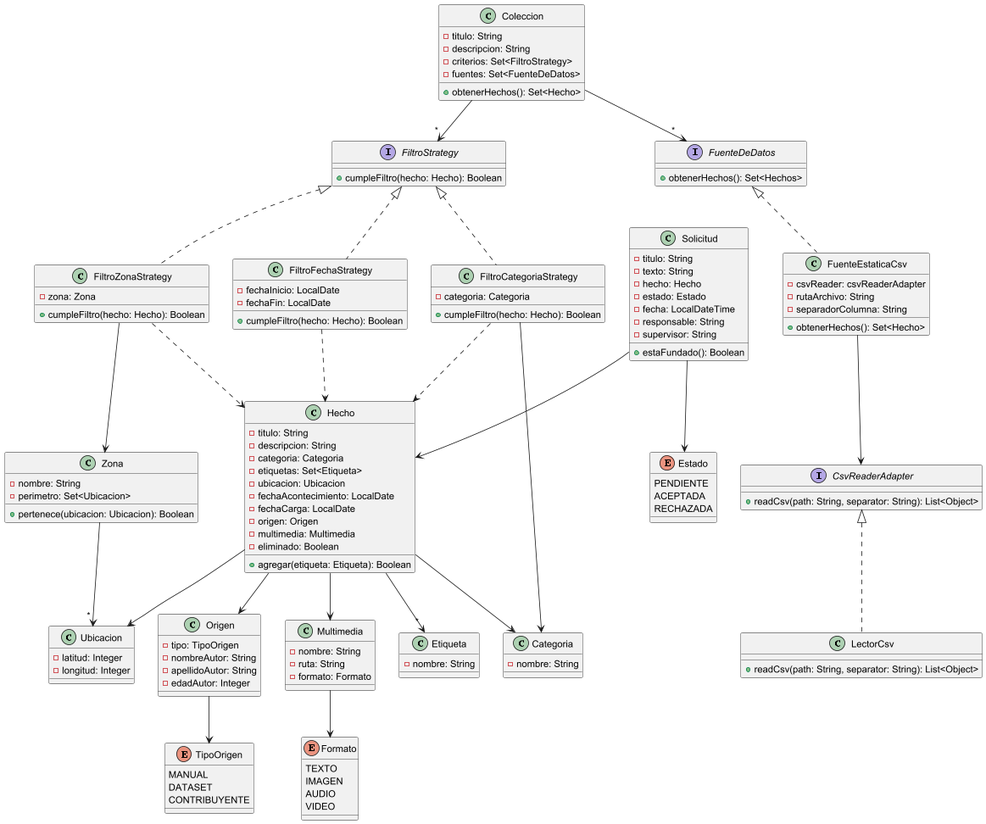
The PlantUML diagram docs/diagrama_de_clases.png in Leo-de-Riv3r/2025-tpa-ma-ma-grupo-02-deploy, before a commit.
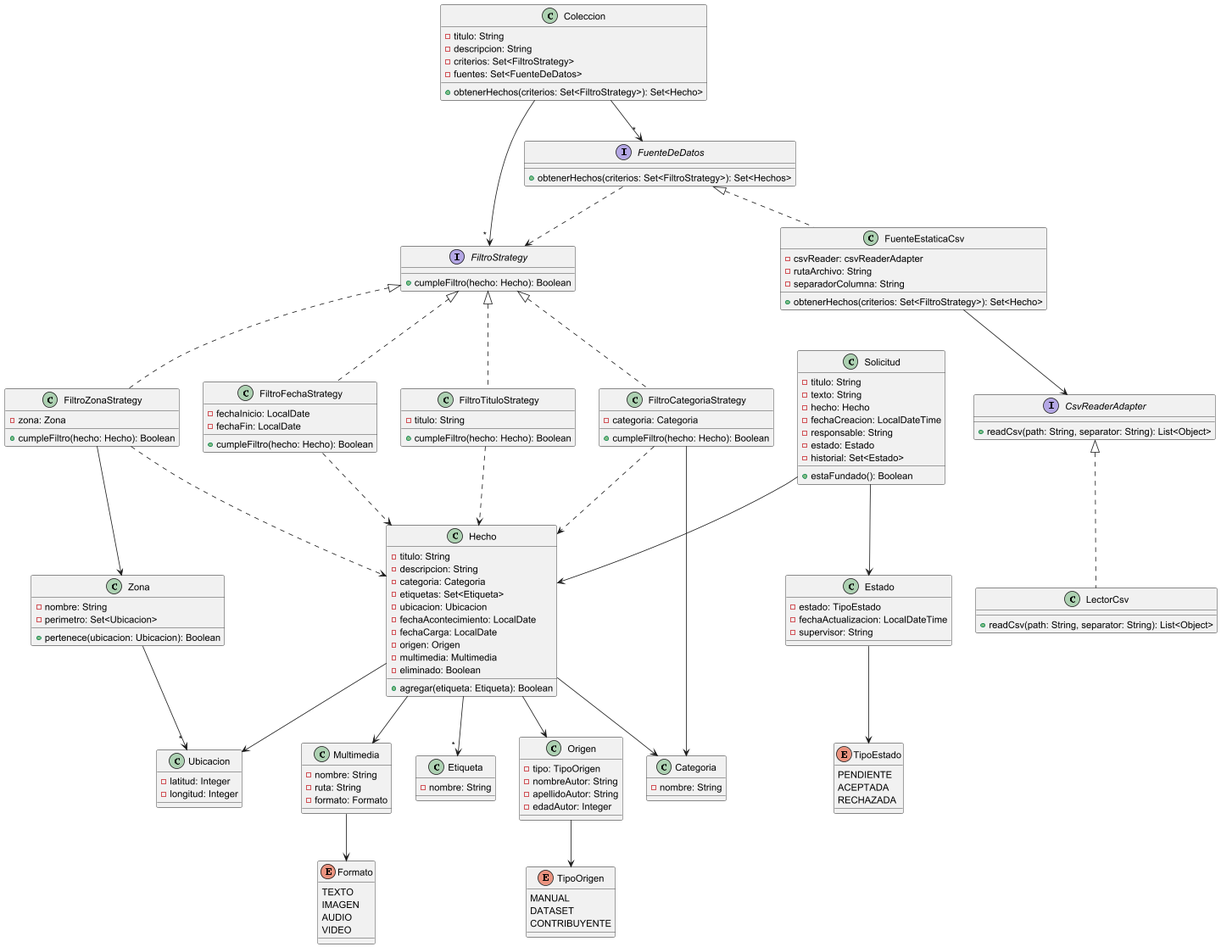
Later version of the same file.

Commit message:
actualizo imagen diagrama clases

The edit, as a diff of the source:
```diff
@@ -15,6 +15,7 @@
 FiltroZonaStrategy --> Zona
 FiltroCategoriaStrategy --> Categoria
 
+FiltroTituloStrategy ..> Hecho
 FiltroCategoriaStrategy ..> Hecho
 FiltroFechaStrategy ..> Hecho
 FiltroZonaStrategy ..> Hecho
@@ -22,8 +23,12 @@
 Coleccion --> " * " FiltroStrategy
 Coleccion --> " * " FuenteDeDatos
 
+Estado --> TipoEstado
+
 Solicitud --> Hecho
 Solicitud --> Estado
+
+FuenteDeDatos ..> FiltroStrategy
 
 FuenteEstaticaCsv --> CsvReaderAdapter
 
@@ -87,17 +92,22 @@
 }
 
 interface FuenteDeDatos {
-    + obtenerHechos(): Set<Hechos>
+    + obtenerHechos(criterios: Set<FiltroStrategy>): Set<Hechos>
 }
 
 class FuenteEstaticaCsv implements FuenteDeDatos {
     - csvReader: csvReaderAdapter
     - rutaArchivo: String
     - separadorColumna: String
-    + obtenerHechos(): Set<Hecho>
+    + obtenerHechos(criterios: Set<FiltroStrategy>): Set<Hecho>
 }
 
 interface FiltroStrategy {
+    + cumpleFiltro(hecho: Hecho): Boolean
+}
+
+class FiltroTituloStrategy implements FiltroStrategy {
+    - titulo: String
     + cumpleFiltro(hecho: Hecho): Boolean
 }
 
@@ -122,23 +132,29 @@
     - descripcion: String
     - criterios: Set<FiltroStrategy>
     - fuentes: Set<FuenteDeDatos>
-    + obtenerHechos(): Set<Hecho>
+    + obtenerHechos(criterios: Set<FiltroStrategy>): Set<Hecho>
 }
 
-enum Estado {
+enum TipoEstado {
     PENDIENTE
     ACEPTADA
     RECHAZADA
+}
+
+class Estado {
+   - estado: TipoEstado
+   - fechaActualizacion: LocalDateTime
+   - supervisor: String
 }
 
 class Solicitud {
    - titulo: String
    - texto: String
    - hecho: Hecho
+   - fechaCreacion: LocalDateTime
+   - responsable: String
    - estado: Estado
-   - fecha: LocalDateTime
-   - responsable: String
-   - supervisor: String
+   - historial: Set<Estado>
    + estaFundado(): Boolean
 }
 
```
